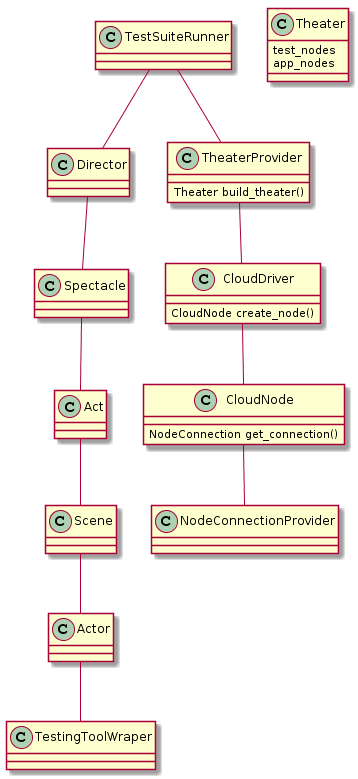
This is class_diagram.png from reef-technologies/reefperf, a PlantUML export, as it was before one commit. Source of this version:
```plantuml
@startuml
TestSuiteRunner -- Director
TestSuiteRunner -- TheaterProvider
TheaterProvider -- CloudDriver
CloudDriver -- CloudNode
CloudNode -- NodeConnectionProvider
Director -- Spectacle
Spectacle -- Act
Act -- Scene
Scene -- Actor
Actor -- TestingToolWraper

class Director

class TheaterProvider {
	{method} Theater build_theater()
}

class CloudDriver {
	{method} CloudNode create_node()
}

class CloudNode {
  {method} NodeConnection get_connection()
}

class Theater {
	{field} test_nodes
	{field} app_nodes
}
@enduml
```
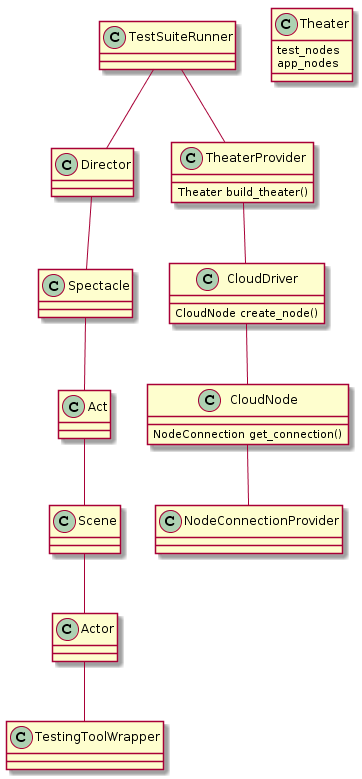
Above is the later version.

Change to the diagram source:
```diff
@@ -8,7 +8,7 @@
 Spectacle -- Act
 Act -- Scene
 Scene -- Actor
-Actor -- TestingToolWraper
+Actor -- TestingToolWrapper
 
 class Director
 
```
